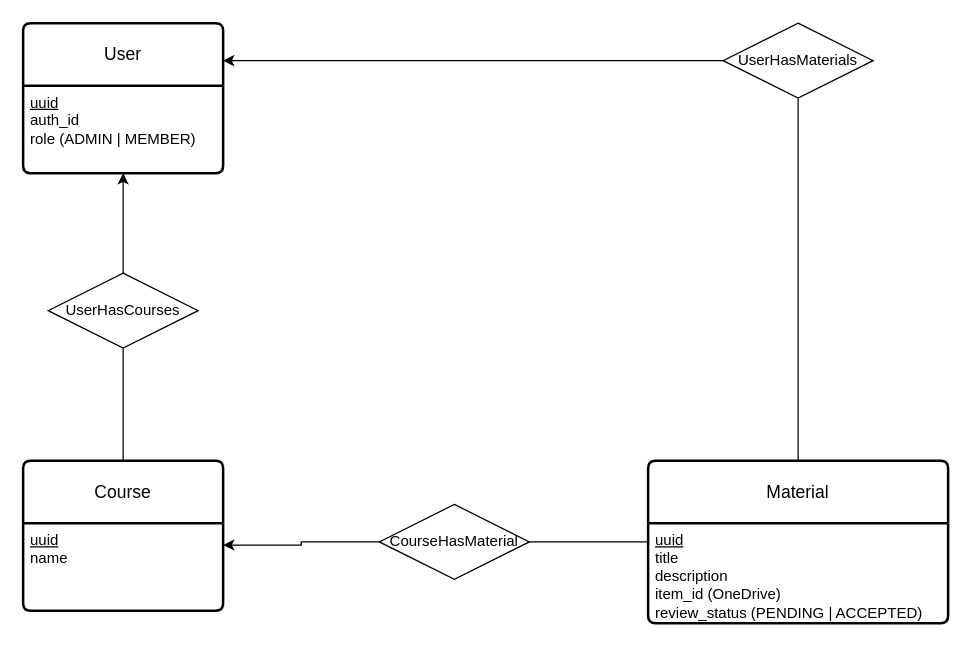
Above: docs/er.drawio in neei-aaualg/NEEI-Box (draw.io), before the change. Source tidied: cells renumbered, new cells numbered last; positions are measured from the earlier drawing's top-left corner, leaving out a move shared by most shapes. Both pictures are drawn from the tidied source at 125%, with x=0, y=0 at pixel (22, 22).
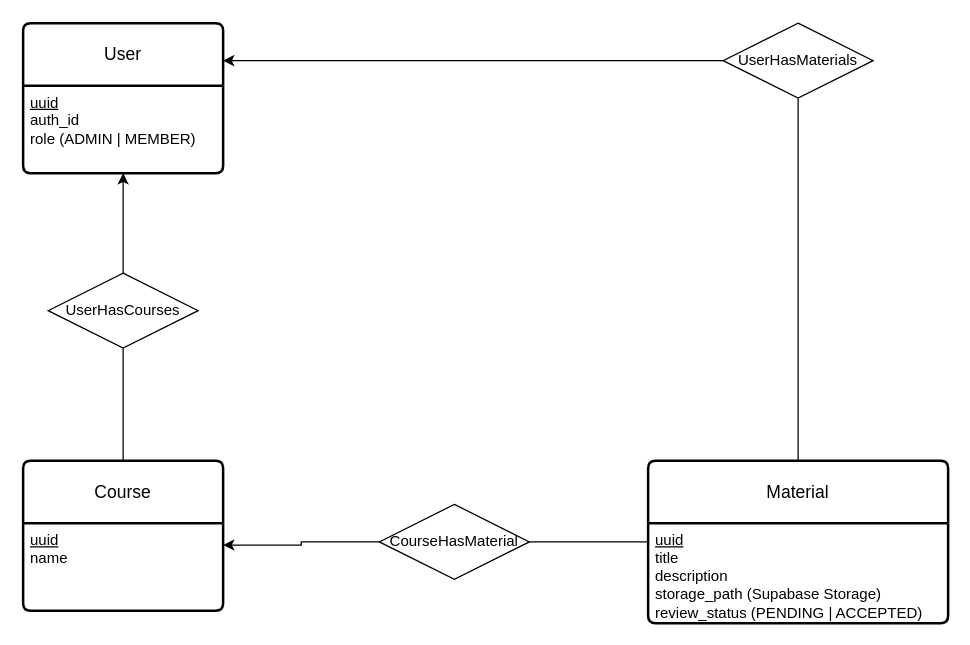
Above is the later version.

What changed in the source:
```diff
@@
 <mxGraphModel>
   <root>
     <mxCell id="0" />
     <mxCell id="1" parent="0" />
     <mxCell id="2" value="Course" style="swimlane;horizontal=1;startSize=50;rounded=1;fontSize=14;fontStyle=0;strokeWidth=2;shadow=0;dashed=0;align=center;arcSize=4;whiteSpace=wrap;html=1;" parent="1" vertex="1">
       <mxGeometry y="350" width="160" height="120" as="geometry" />
     </mxCell>
     <mxCell id="3" value="&lt;div&gt;&lt;u&gt;uuid&lt;/u&gt;&lt;/div&gt;name" style="align=left;strokeColor=none;fillColor=none;spacingLeft=4;spacingRight=4;fontSize=12;verticalAlign=top;html=1;whiteSpace=wrap;" parent="2" vertex="1">
       <mxGeometry y="50" width="160" height="70" as="geometry" />
     </mxCell>
     <mxCell id="4" value="Material" style="swimlane;horizontal=1;startSize=50;rounded=1;fontSize=14;fontStyle=0;strokeWidth=2;shadow=0;dashed=0;align=center;arcSize=4;whiteSpace=wrap;html=1;" parent="1" vertex="1">
       <mxGeometry x="500" y="350" width="240" height="130" as="geometry" />
     </mxCell>
-    <mxCell id="5" value="&lt;div&gt;&lt;u&gt;uuid&lt;/u&gt;&lt;/div&gt;title&lt;div&gt;description&lt;/div&gt;&lt;div&gt;item_id (OneDrive)&lt;/div&gt;&lt;div&gt;review_status (PENDING | ACCEPTED&lt;span style=&quot;background-color: transparent; color: light-dark(rgb(0, 0, 0), rgb(255, 255, 255));&quot;&gt;)&lt;/span&gt;&lt;/div&gt;" style="align=left;strokeColor=none;fillColor=none;spacingLeft=4;spacingRight=4;fontSize=12;verticalAlign=top;html=1;whiteSpace=wrap;" parent="4" vertex="1">
+    <mxCell id="5" value="&lt;div&gt;&lt;u&gt;uuid&lt;/u&gt;&lt;/div&gt;title&lt;div&gt;description&lt;/div&gt;&lt;div&gt;storage_path (Supabase Storage)&lt;/div&gt;&lt;div&gt;review_status (PENDING | ACCEPTED&lt;span style=&quot;background-color: transparent; color: light-dark(rgb(0, 0, 0), rgb(255, 255, 255));&quot;&gt;)&lt;/span&gt;&lt;/div&gt;" style="align=left;strokeColor=none;fillColor=none;spacingLeft=4;spacingRight=4;fontSize=12;verticalAlign=top;html=1;whiteSpace=wrap;" parent="4" vertex="1">
       <mxGeometry y="50" width="240" height="80" as="geometry" />
     </mxCell>
     <mxCell id="6" style="edgeStyle=orthogonalEdgeStyle;rounded=0;jettySize=auto;html=1;exitX=1;exitY=0.5;exitDx=0;exitDy=0;entryX=0;entryY=0.5;entryDx=0;entryDy=0;endArrow=none;endFill=0;" parent="1" edge="1" source="7" target="4">
       <mxGeometry relative="1" as="geometry" />
     </mxCell>
     <mxCell id="7" value="CourseHasMaterial" style="shape=rhombus;perimeter=rhombusPerimeter;whiteSpace=wrap;html=1;align=center;" parent="1" vertex="1">
       <mxGeometry x="285" y="385" width="120" height="60" as="geometry" />
     </mxCell>
     <mxCell id="8" style="edgeStyle=orthogonalEdgeStyle;rounded=0;jettySize=auto;html=1;exitX=1;exitY=0.25;exitDx=0;exitDy=0;entryX=0;entryY=0.5;entryDx=0;entryDy=0;startArrow=classic;startFill=1;endArrow=none;endFill=0;" parent="1" edge="1" source="3" target="7">
       <mxGeometry relative="1" as="geometry" />
     </mxCell>
     <mxCell id="9" style="edgeStyle=orthogonalEdgeStyle;rounded=0;jettySize=auto;html=1;exitX=0.5;exitY=1;exitDx=0;exitDy=0;entryX=0.5;entryY=0;entryDx=0;entryDy=0;startArrow=classic;startFill=1;endArrow=none;endFill=0;" parent="1" edge="1" source="11" target="14">
       <mxGeometry relative="1" as="geometry" />
     </mxCell>
     <mxCell id="10" style="edgeStyle=orthogonalEdgeStyle;rounded=0;jettySize=auto;html=1;exitX=1;exitY=0.25;exitDx=0;exitDy=0;entryX=0;entryY=0.5;entryDx=0;entryDy=0;endArrow=none;endFill=0;startArrow=classic;startFill=1;" parent="1" edge="1" source="11" target="16">
       <mxGeometry relative="1" as="geometry" />
     </mxCell>
     <mxCell id="11" value="User" style="swimlane;horizontal=1;startSize=50;rounded=1;fontSize=14;fontStyle=0;strokeWidth=2;shadow=0;dashed=0;align=center;arcSize=4;whiteSpace=wrap;html=1;" parent="1" vertex="1">
       <mxGeometry width="160" height="120" as="geometry" />
     </mxCell>
     <mxCell id="12" value="&lt;div&gt;&lt;u&gt;uuid&lt;/u&gt;&lt;/div&gt;&lt;div&gt;auth_id&lt;/div&gt;&lt;div&gt;role (ADMIN | MEMBER)&lt;/div&gt;" style="align=left;strokeColor=none;fillColor=none;spacingLeft=4;spacingRight=4;fontSize=12;verticalAlign=top;html=1;whiteSpace=wrap;" parent="11" vertex="1">
       <mxGeometry y="50" width="160" height="70" as="geometry" />
     </mxCell>
     <mxCell id="13" style="edgeStyle=orthogonalEdgeStyle;rounded=0;jettySize=auto;html=1;exitX=0.5;exitY=1;exitDx=0;exitDy=0;endArrow=none;endFill=0;" parent="1" edge="1" source="14" target="2">
       <mxGeometry relative="1" as="geometry" />
     </mxCell>
     <mxCell id="14" value="UserHasCourses" style="shape=rhombus;perimeter=rhombusPerimeter;whiteSpace=wrap;html=1;align=center;" parent="1" vertex="1">
       <mxGeometry x="20" y="200" width="120" height="60" as="geometry" />
     </mxCell>
     <mxCell id="15" style="edgeStyle=orthogonalEdgeStyle;rounded=0;jettySize=auto;html=1;exitX=0.5;exitY=1;exitDx=0;exitDy=0;endArrow=none;endFill=0;" parent="1" edge="1" source="16" target="4">
       <mxGeometry relative="1" as="geometry" />
     </mxCell>
     <mxCell id="16" value="UserHasMaterials" style="shape=rhombus;perimeter=rhombusPerimeter;whiteSpace=wrap;html=1;align=center;" parent="1" vertex="1">
       <mxGeometry x="560" width="120" height="60" as="geometry" />
     </mxCell>
   </root>
 </mxGraphModel>
```
